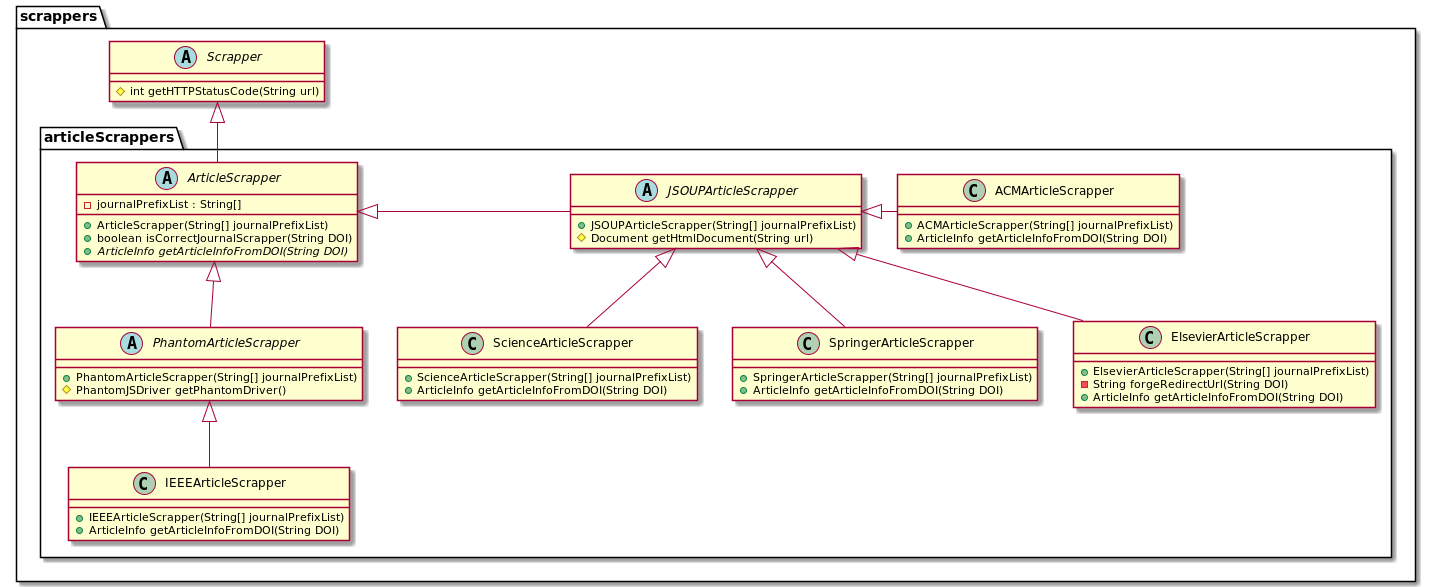
Above: Documentation/ArticleScrappers.png in Dimonra13/MyDOIInfo (PlantUML), before the change.
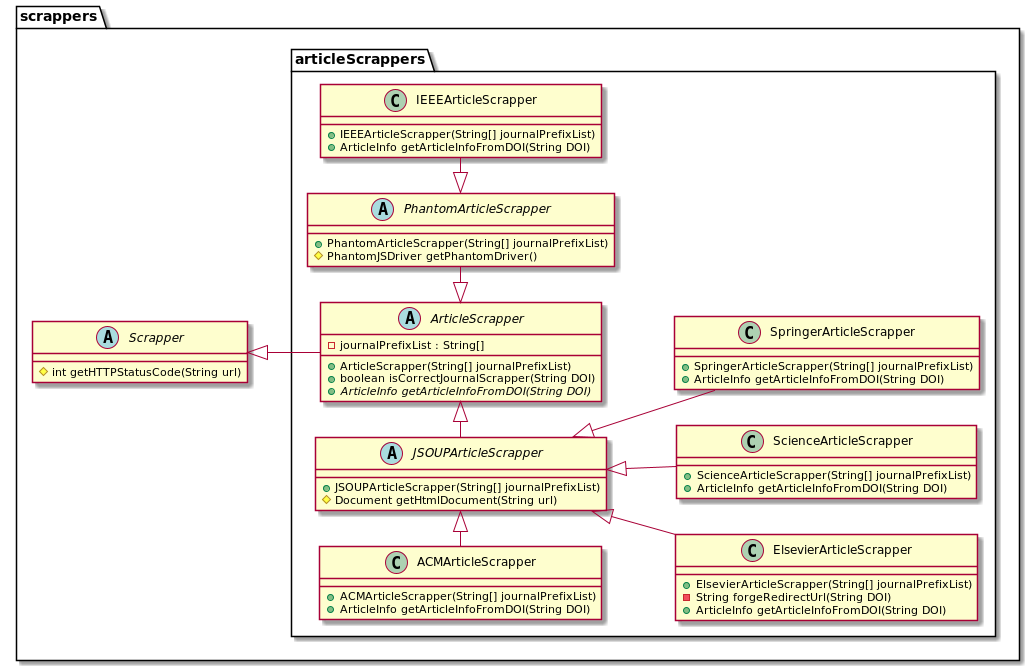
The same diagram one commit later.

What changed in the source:
```diff
@@ -1,4 +1,6 @@
 @startuml
+left to right direction
+
 package scrappers {
 
 abstract class Scrapper {
@@ -45,13 +47,13 @@
          + ArticleInfo getArticleInfoFromDOI(String DOI)
     }
 
-    ArticleScrapper <|- JSOUPArticleScrapper
-    JSOUPArticleScrapper <|- ACMArticleScrapper
+    ArticleScrapper <|-left- JSOUPArticleScrapper
+    JSOUPArticleScrapper <|-left- ACMArticleScrapper
     JSOUPArticleScrapper <|-- ElsevierArticleScrapper
     JSOUPArticleScrapper <|-- ScienceArticleScrapper
     JSOUPArticleScrapper <|-- SpringerArticleScrapper
-    ArticleScrapper <|-- PhantomArticleScrapper
-    PhantomArticleScrapper <|-- IEEEArticleScrapper
+    ArticleScrapper <|-right- PhantomArticleScrapper
+    PhantomArticleScrapper <|-right- IEEEArticleScrapper
 }
 
 Scrapper <|-- ArticleScrapper
```
